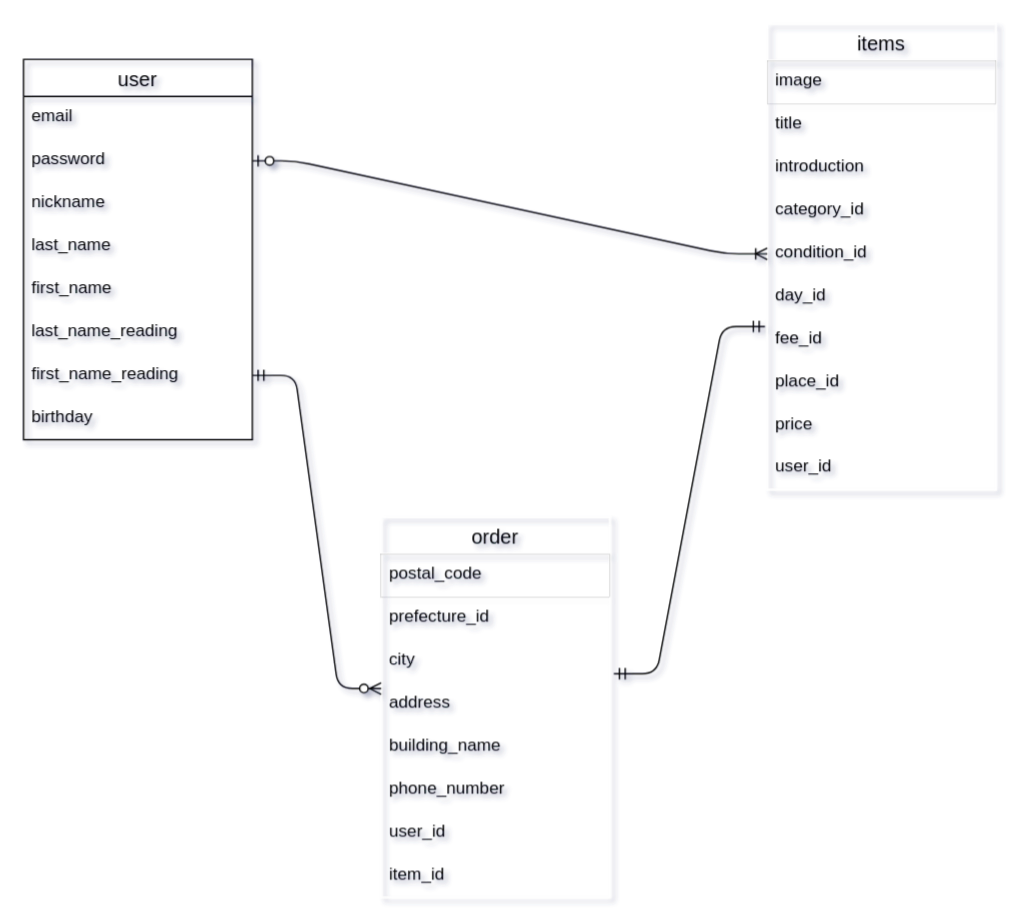
This is furima_DB_design.drawio from foxtail1122/furima-40351, a draw.io file, before an edit. Source tidied: cells renumbered, new cells numbered last; positions are measured from the earlier drawing's top-left corner, leaving out a move shared by most shapes. Both pictures are drawn from the tidied source at 143%, with x=0, y=0 at pixel (23, 23).
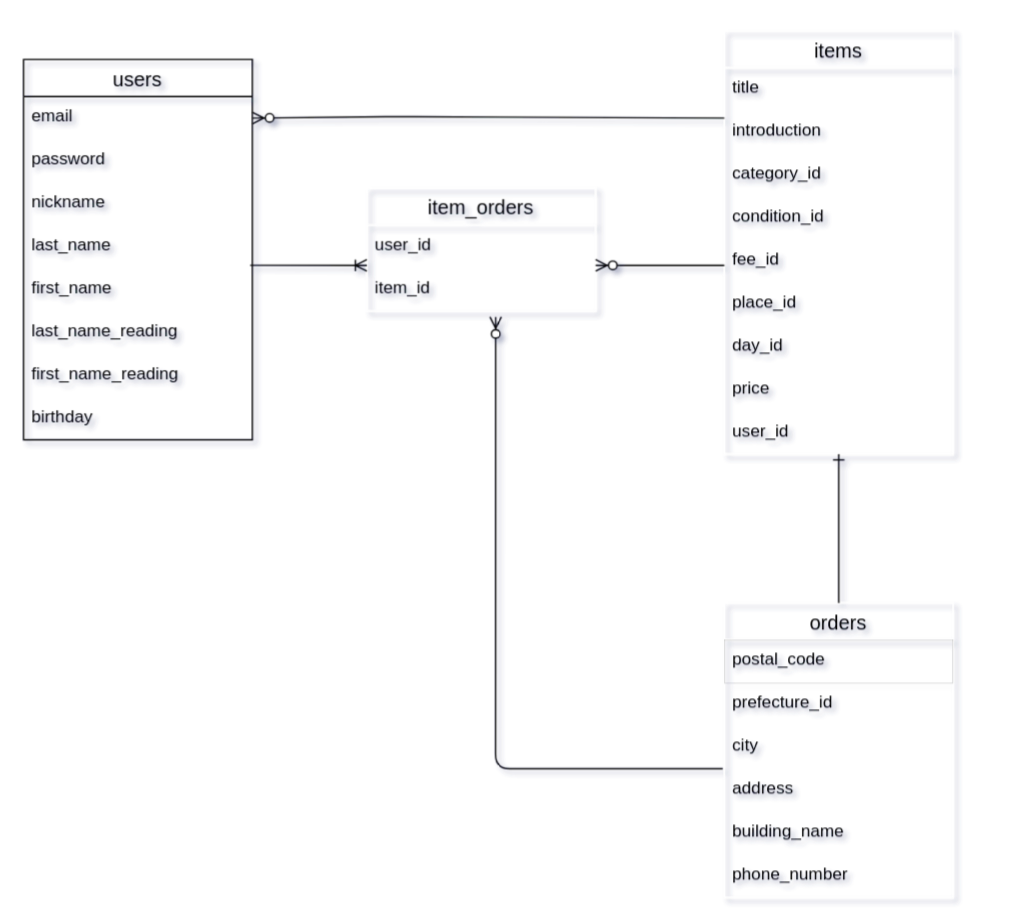
The same diagram, later.

Unchanged cells that the change refers to:
```xml
<mxCell id="3" value="email" style="text;strokeColor=none;fillColor=none;spacingLeft=4;spacingRight=4;overflow=hidden;points=[[0,0.5],[1,0.5]];portConstraint=eastwest;fontSize=12;" parent="2" vertex="1">
  <mxGeometry y="26" width="160" height="30" as="geometry" />
</mxCell>
<mxCell id="4" value="password" style="text;strokeColor=none;fillColor=none;spacingLeft=4;spacingRight=4;overflow=hidden;points=[[0,0.5],[1,0.5]];portConstraint=eastwest;fontSize=12;" parent="2" vertex="1">
  <mxGeometry y="56" width="160" height="30" as="geometry" />
</mxCell>
<mxCell id="7" value="first_name" style="text;strokeColor=none;fillColor=none;spacingLeft=4;spacingRight=4;overflow=hidden;points=[[0,0.5],[1,0.5]];portConstraint=eastwest;fontSize=12;" parent="2" vertex="1">
  <mxGeometry y="146" width="160" height="30" as="geometry" />
</mxCell>
<mxCell id="9" value="first_name_reading" style="text;strokeColor=none;fillColor=none;spacingLeft=4;spacingRight=4;overflow=hidden;points=[[0,0.5],[1,0.5]];portConstraint=eastwest;fontSize=12;strokeWidth=0;" parent="2" vertex="1">
  <mxGeometry y="206" width="160" height="30" as="geometry" />
</mxCell>
<mxCell id="26" value="city" style="text;strokeColor=none;fillColor=none;spacingLeft=4;spacingRight=4;overflow=hidden;points=[[0,0.5],[1,0.5]];portConstraint=eastwest;fontSize=12;strokeWidth=0;" parent="23" vertex="1">
  <mxGeometry y="86" width="160" height="30" as="geometry" />
</mxCell>
<mxCell id="27" value="address" style="text;strokeColor=none;fillColor=none;spacingLeft=4;spacingRight=4;overflow=hidden;points=[[0,0.5],[1,0.5]];portConstraint=eastwest;fontSize=12;strokeWidth=0;" parent="23" vertex="1">
  <mxGeometry y="116" width="160" height="30" as="geometry" />
</mxCell>
```

The edit, as a diff of the source:
```diff
@@
-    <mxCell id="2" value="user" style="swimlane;fontStyle=0;horizontal=1;startSize=26;align=center;fontSize=14;fillColor=none;" parent="1" vertex="1">
+    <mxCell id="2" value="users" style="swimlane;fontStyle=0;horizontal=1;startSize=26;align=center;fontSize=14;fillColor=none;" parent="1" vertex="1">
       <mxGeometry y="25" width="160" height="266" as="geometry" />
     </mxCell>
@@
     <mxCell id="11" value="items" style="swimlane;fontStyle=0;horizontal=1;startSize=26;align=center;fontSize=14;strokeWidth=1;strokeColor=#FFFFFF;fillColor=none;" parent="1" vertex="1">
-      <mxGeometry x="520" width="160" height="326" as="geometry" />
+      <mxGeometry x="490" y="5" width="160" height="296" as="geometry" />
     </mxCell>
-    <mxCell id="12" value="image" style="text;strokeColor=default;fillColor=none;spacingLeft=4;spacingRight=4;overflow=hidden;fontSize=12;strokeWidth=0;" parent="11" vertex="1">
-      <mxGeometry y="26" width="160" height="30" as="geometry" />
-    </mxCell>
     <mxCell id="13" value="title" style="text;strokeColor=none;fillColor=none;spacingLeft=4;spacingRight=4;overflow=hidden;fontSize=12;strokeWidth=0;" parent="11" vertex="1">
-      <mxGeometry y="56" width="160" height="30" as="geometry" />
+      <mxGeometry y="26" width="160" height="30" as="geometry" />
     </mxCell>
     <mxCell id="14" value="introduction" style="text;strokeColor=none;fillColor=none;spacingLeft=4;spacingRight=4;overflow=hidden;fontSize=12;strokeWidth=0;" parent="11" vertex="1">
-      <mxGeometry y="86" width="160" height="30" as="geometry" />
+      <mxGeometry y="56" width="160" height="30" as="geometry" />
     </mxCell>
     <mxCell id="15" value="category_id" style="text;strokeColor=none;fillColor=none;spacingLeft=4;spacingRight=4;overflow=hidden;fontSize=12;strokeWidth=0;" parent="11" vertex="1">
-      <mxGeometry y="116" width="160" height="30" as="geometry" />
+      <mxGeometry y="86" width="160" height="30" as="geometry" />
     </mxCell>
     <mxCell id="16" value="condition_id" style="text;strokeColor=none;fillColor=none;spacingLeft=4;spacingRight=4;overflow=hidden;points=[[0,0.5],[1,0.5]];portConstraint=eastwest;fontSize=12;strokeWidth=0;" parent="11" vertex="1">
-      <mxGeometry y="146" width="160" height="30" as="geometry" />
+      <mxGeometry y="116" width="160" height="30" as="geometry" />
     </mxCell>
-    <mxCell id="17" value="day_id" style="text;strokeColor=none;fillColor=none;spacingLeft=4;spacingRight=4;overflow=hidden;fontSize=12;strokeWidth=0;" parent="11" vertex="1">
-      <mxGeometry y="176" width="160" height="30" as="geometry" />
-    </mxCell>
     <mxCell id="18" value="fee_id" style="text;strokeColor=none;fillColor=none;spacingLeft=4;spacingRight=4;overflow=hidden;points=[[0,0.5],[1,0.5]];portConstraint=eastwest;fontSize=12;strokeWidth=0;" parent="11" vertex="1">
-      <mxGeometry y="206" width="160" height="30" as="geometry" />
+      <mxGeometry y="146" width="160" height="30" as="geometry" />
     </mxCell>
     <mxCell id="19" value="place_id" style="text;strokeColor=none;fillColor=none;spacingLeft=4;spacingRight=4;overflow=hidden;fontSize=12;" parent="11" vertex="1">
-      <mxGeometry y="236" width="160" height="30" as="geometry" />
+      <mxGeometry y="176" width="160" height="30" as="geometry" />
     </mxCell>
+    <mxCell id="17" value="day_id" style="text;strokeColor=none;fillColor=none;spacingLeft=4;spacingRight=4;overflow=hidden;fontSize=12;" parent="11" vertex="1">
+      <mxGeometry y="206" width="160" height="30" as="geometry" />
+    </mxCell>
     <mxCell id="20" value="price" style="text;strokeColor=none;fillColor=none;spacingLeft=4;spacingRight=4;overflow=hidden;fontSize=12;strokeWidth=0;" parent="11" vertex="1">
-      <mxGeometry y="266" width="160" height="30" as="geometry" />
+      <mxGeometry y="236" width="160" height="30" as="geometry" />
     </mxCell>
     <mxCell id="21" value="user_id" style="text;strokeColor=none;fillColor=none;spacingLeft=4;spacingRight=4;overflow=hidden;points=[[0,0.5],[1,0.5]];portConstraint=eastwest;fontSize=12;strokeWidth=0;" parent="11" vertex="1">
-      <mxGeometry y="296" width="160" height="30" as="geometry" />
+      <mxGeometry y="266" width="160" height="30" as="geometry" />
     </mxCell>
-    <mxCell id="22" style="edgeStyle=entityRelationEdgeStyle;fontSize=12;html=1;endArrow=ERoneToMany;startArrow=ERzeroToOne;exitX=1;exitY=0.5;exitDx=0;exitDy=0;entryX=0;entryY=0.5;entryDx=0;entryDy=0;" parent="1" edge="1" source="4" target="16">
-      <mxGeometry relative="1" as="geometry" />
-    </mxCell>
-    <mxCell id="23" value="order" style="swimlane;fontStyle=0;horizontal=1;startSize=26;align=center;fontSize=14;strokeWidth=1;strokeColor=#FFFFFF;fillColor=none;" parent="1" vertex="1">
-      <mxGeometry x="250" y="345" width="160" height="266" as="geometry" />
+    <mxCell id="23" value="orders" style="swimlane;fontStyle=0;horizontal=1;startSize=26;align=center;fontSize=14;strokeWidth=1;strokeColor=#FFFFFF;fillColor=none;" parent="1" vertex="1">
+      <mxGeometry x="490" y="405" width="160" height="206" as="geometry" />
     </mxCell>
@@
+    <mxCell id="34" value="item_orders" style="swimlane;fontStyle=0;horizontal=1;startSize=26;align=center;fontSize=14;strokeWidth=1;strokeColor=#FFFFFF;fillColor=none;" parent="1" vertex="1">
+      <mxGeometry x="240" y="115" width="160" height="86" as="geometry" />
+    </mxCell>
-    <mxCell id="30" value="user_id" style="text;strokeColor=none;fillColor=none;spacingLeft=4;spacingRight=4;overflow=hidden;fontSize=12;strokeWidth=0;" parent="23" vertex="1">
-      <mxGeometry y="206" width="160" height="30" as="geometry" />
+    <mxCell id="30" value="user_id" style="text;strokeColor=none;fillColor=none;spacingLeft=4;spacingRight=4;overflow=hidden;fontSize=12;strokeWidth=0;" parent="34" vertex="1">
+      <mxGeometry y="26" width="160" height="30" as="geometry" />
     </mxCell>
-    <mxCell id="31" value="item_id" style="text;strokeColor=none;fillColor=none;spacingLeft=4;spacingRight=4;overflow=hidden;points=[[0,0.5],[1,0.5]];portConstraint=eastwest;fontSize=12;strokeWidth=0;" parent="23" vertex="1">
-      <mxGeometry y="236" width="160" height="30" as="geometry" />
+    <mxCell id="31" value="item_id" style="text;strokeColor=none;fillColor=none;spacingLeft=4;spacingRight=4;overflow=hidden;points=[[0,0.5],[1,0.5]];portConstraint=eastwest;fontSize=12;strokeWidth=0;" parent="34" vertex="1">
+      <mxGeometry y="56" width="160" height="30" as="geometry" />
     </mxCell>
-    <mxCell id="32" style="edgeStyle=entityRelationEdgeStyle;fontSize=12;html=1;endArrow=ERmandOne;startArrow=ERmandOne;entryX=-0.01;entryY=0.193;entryDx=0;entryDy=0;entryPerimeter=0;exitX=1.017;exitY=0.787;exitDx=0;exitDy=0;exitPerimeter=0;" parent="1" edge="1" source="26" target="18">
-      <mxGeometry relative="1" as="geometry" />
-    </mxCell>
-    <mxCell id="33" style="edgeStyle=entityRelationEdgeStyle;fontSize=12;html=1;endArrow=ERzeroToMany;startArrow=ERmandOne;entryX=0;entryY=0.133;entryDx=0;entryDy=0;entryPerimeter=0;exitX=1;exitY=0.5;exitDx=0;exitDy=0;" parent="1" edge="1" source="9" target="27">
-      <mxGeometry relative="1" as="geometry" />
-    </mxCell>
+    <mxCell id="35" style="fontSize=12;html=1;endArrow=ERoneToMany;strokeColor=default;exitX=0.99;exitY=-0.067;exitDx=0;exitDy=0;exitPerimeter=0;" parent="1" edge="1" source="7">
+      <mxGeometry relative="1" as="geometry">
+        <mxPoint x="240" y="169" as="targetPoint" />
+      </mxGeometry>
+    </mxCell>
+    <mxCell id="36" style="fontSize=12;html=1;endArrow=ERone;endFill=1;exitX=0.5;exitY=0;exitDx=0;exitDy=0;" parent="1" edge="1" source="23" target="21">
+      <mxGeometry relative="1" as="geometry" />
+    </mxCell>
+    <mxCell id="37" style="fontSize=12;html=1;endArrow=ERzeroToMany;endFill=1;exitX=0;exitY=0.133;exitDx=0;exitDy=0;exitPerimeter=0;" parent="1" edge="1">
+      <mxGeometry relative="1" as="geometry">
+        <mxPoint x="490" y="169" as="sourcePoint" />
+        <mxPoint x="400" y="169" as="targetPoint" />
+      </mxGeometry>
+    </mxCell>
+    <mxCell id="38" style="fontSize=12;html=1;endArrow=ERzeroToMany;endFill=1;entryX=1;entryY=0.5;entryDx=0;entryDy=0;" parent="1" edge="1" target="3">
+      <mxGeometry relative="1" as="geometry">
+        <mxPoint x="490" y="66" as="sourcePoint" />
+        <Array as="points">
+          <mxPoint x="263" y="65" />
+        </Array>
+      </mxGeometry>
+    </mxCell>
+    <mxCell id="39" style="fontSize=12;html=1;endArrow=ERzeroToMany;endFill=1;exitX=-0.007;exitY=1;exitDx=0;exitDy=0;exitPerimeter=0;entryX=0.563;entryY=1.133;entryDx=0;entryDy=0;entryPerimeter=0;" parent="1" edge="1" source="26" target="31">
+      <mxGeometry relative="1" as="geometry">
+        <Array as="points">
+          <mxPoint x="330" y="521" />
+        </Array>
+      </mxGeometry>
+    </mxCell>
```
